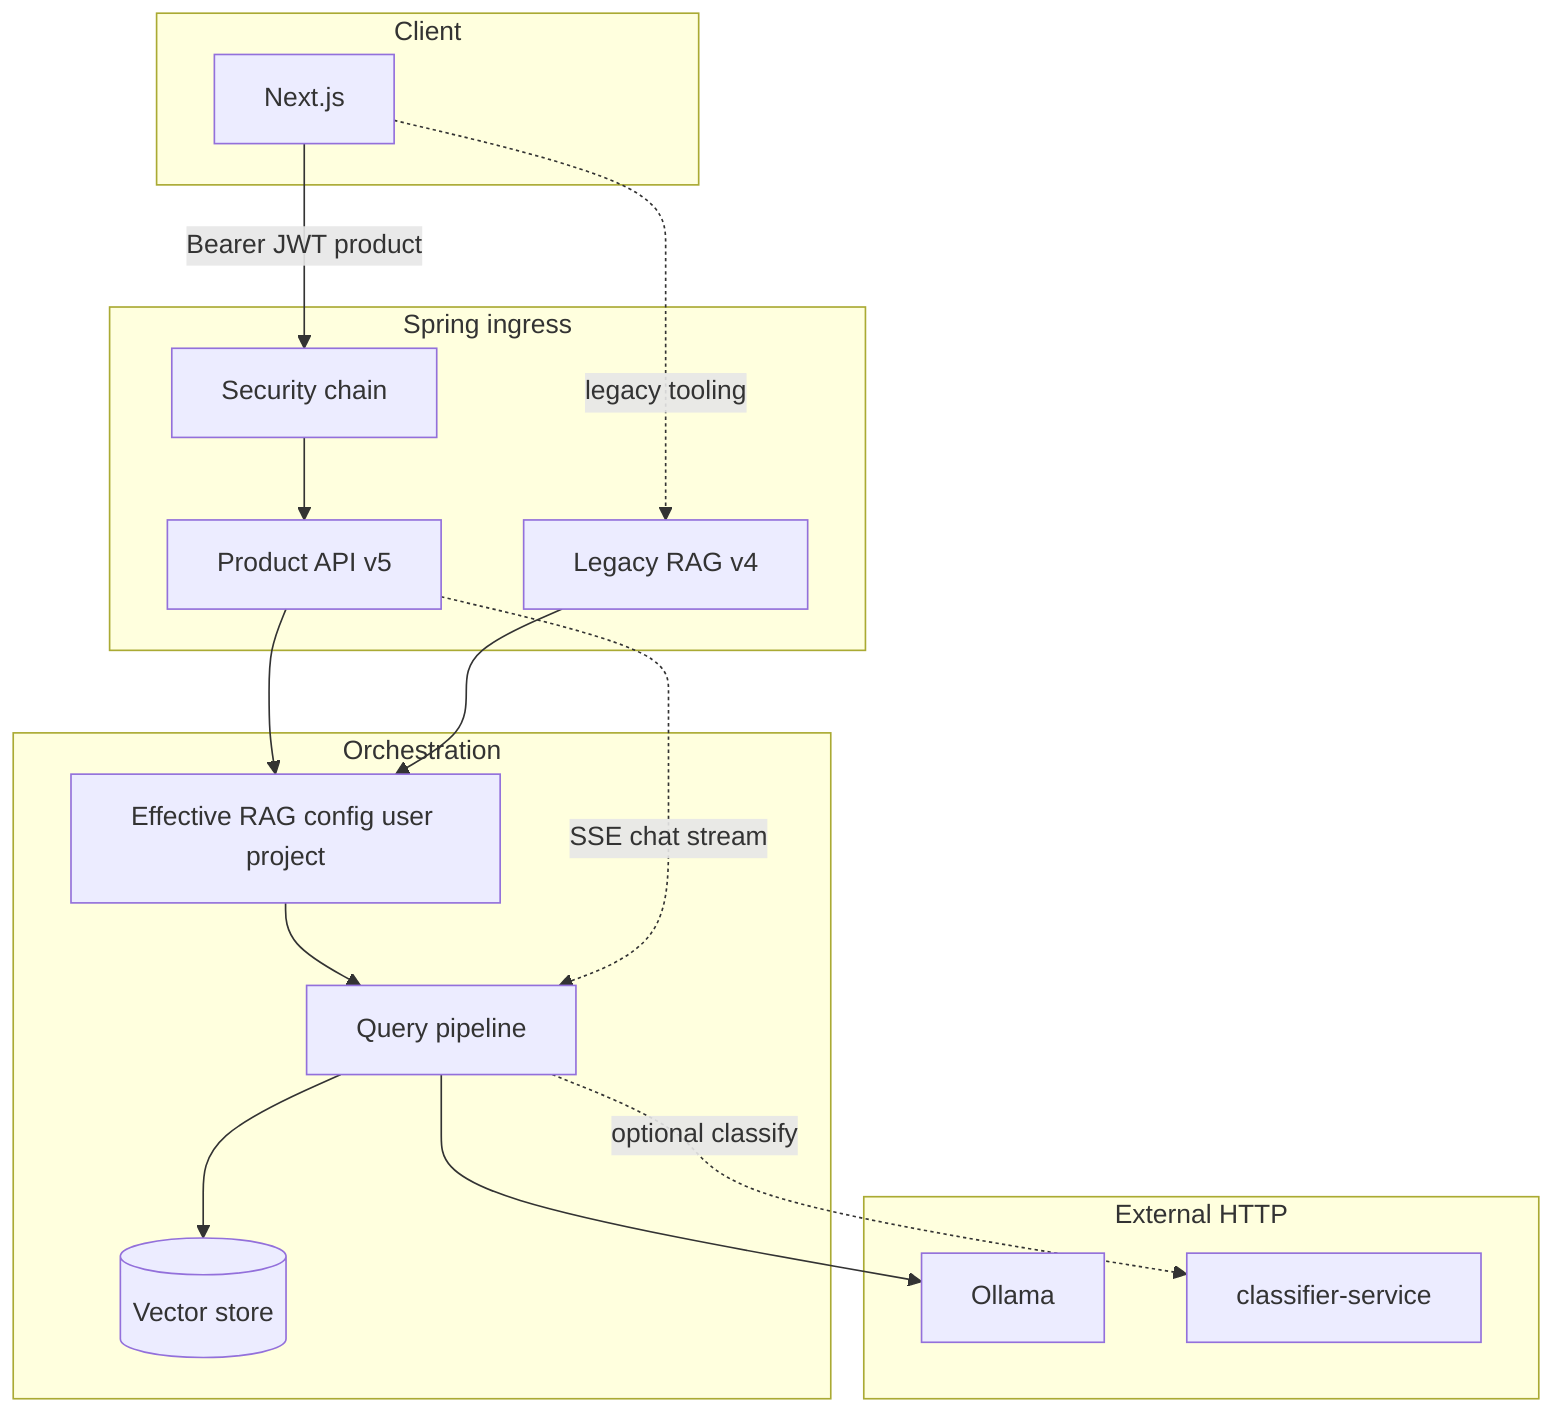
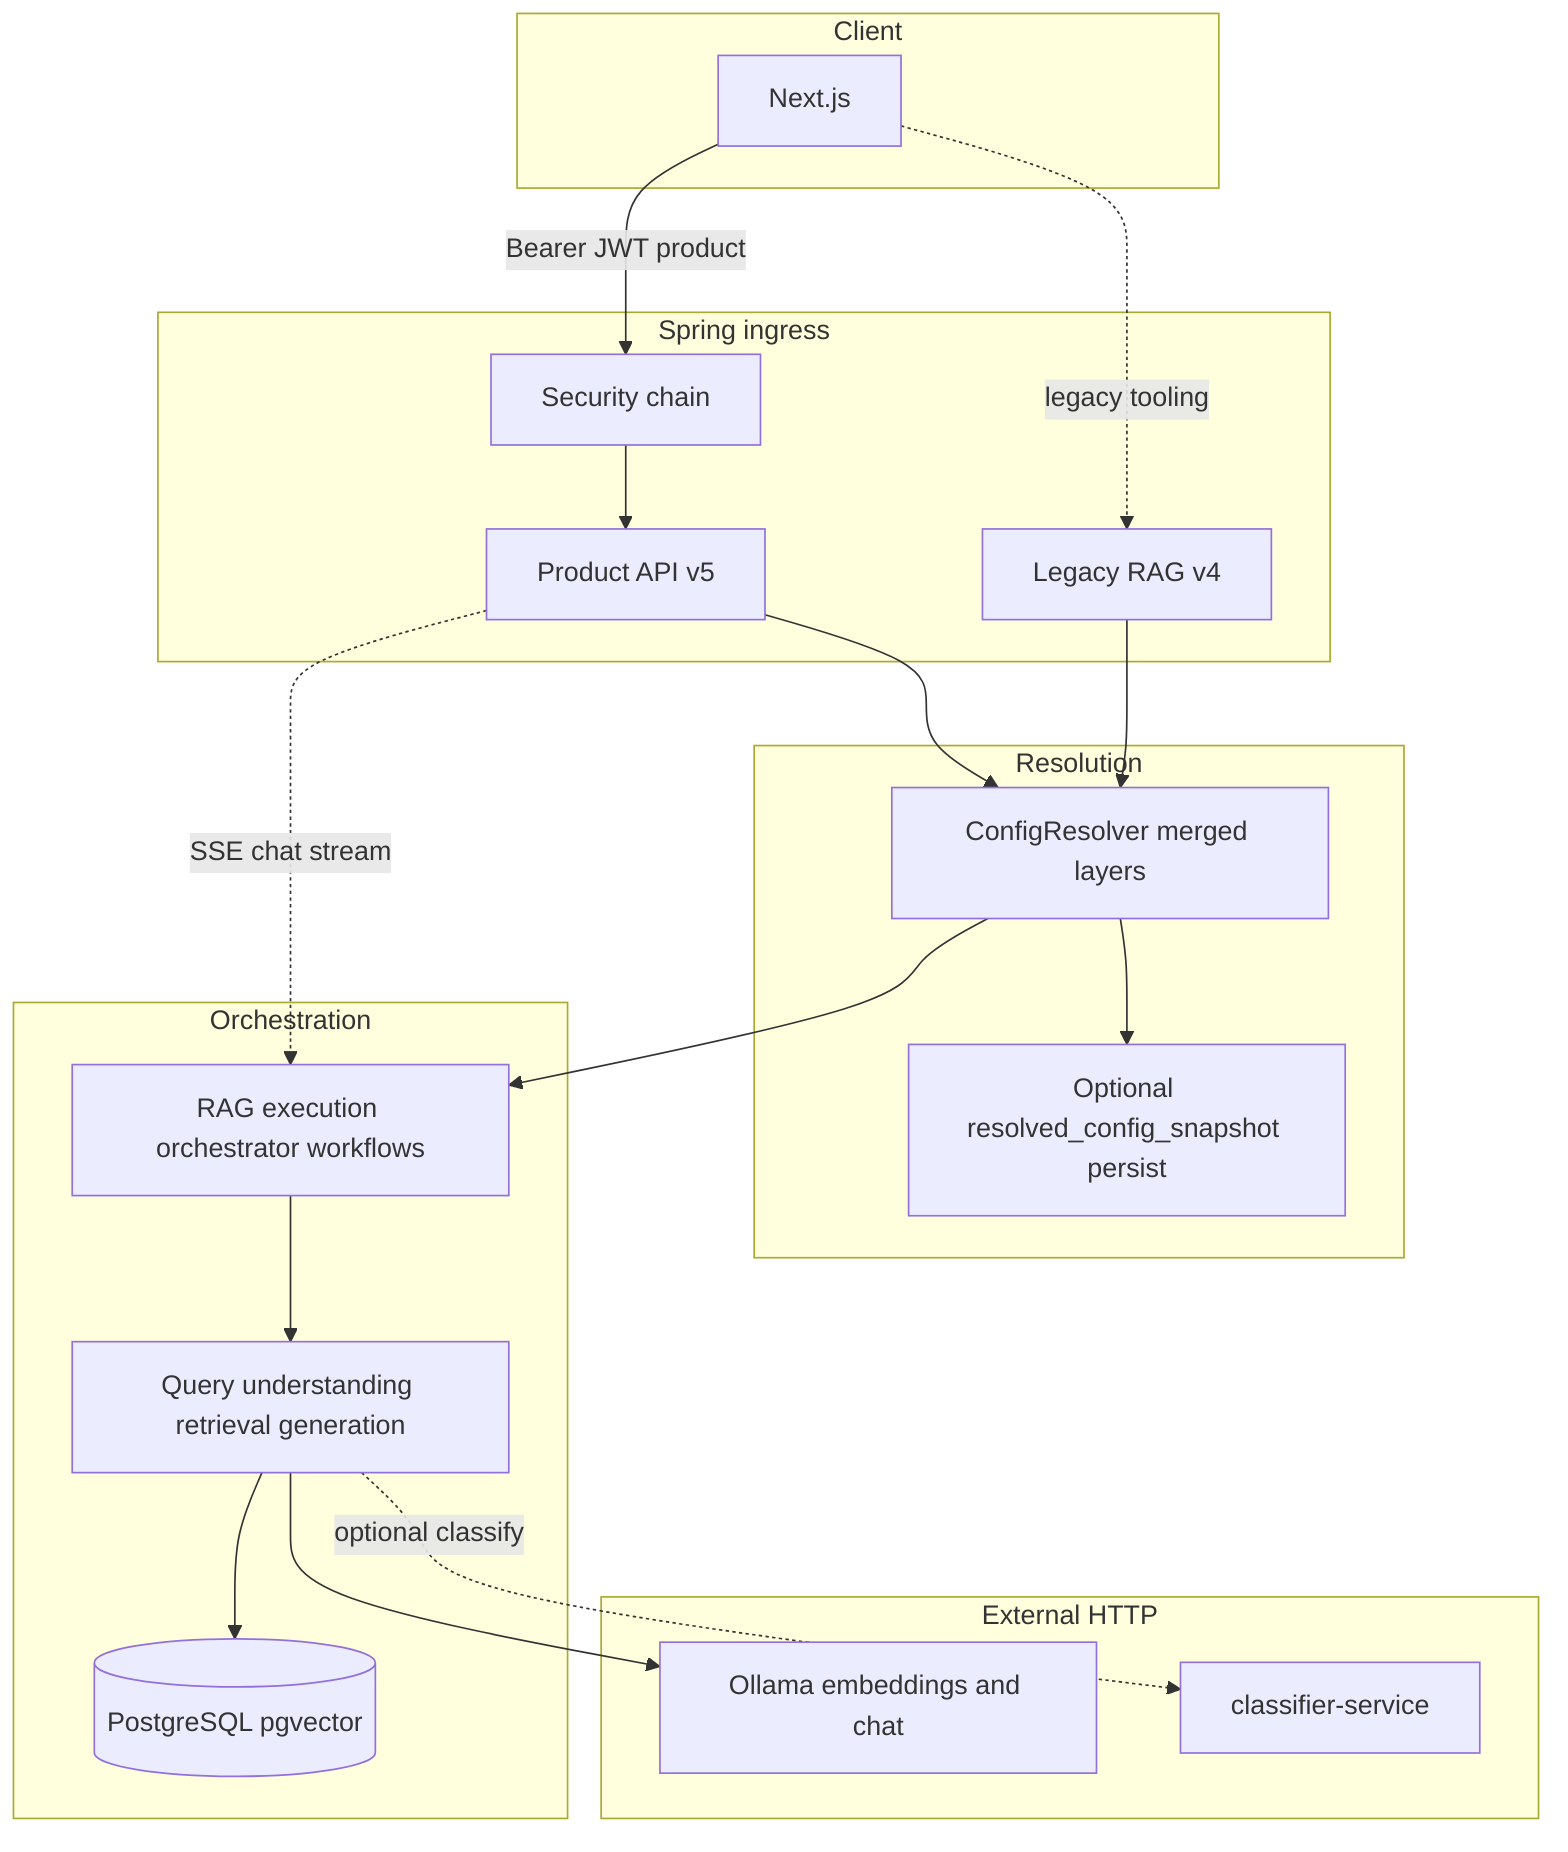
%% RAG and product request paths — Spring internals are indicative
%% API prefixes configurable see rag-service README
flowchart TB
  subgraph client [Client]
    UI[Next.js]
  end

  subgraph ingress [Spring ingress]
    SEC[Security chain]
    V5[Product API v5]
    LEG[Legacy RAG v4]
  end

+   subgraph resolve [Resolution]
+     CFG[ConfigResolver merged layers]
+     SNAP[Optional resolved_config_snapshot persist]
+   end
+ 
  subgraph core [Orchestration]
-     CFG[Effective RAG config user project]
-     PIPE[Query pipeline]
-     STORE[(Vector store)]
+     PIPE[RAG execution orchestrator workflows]
+     QU[Query understanding retrieval generation]
+     STORE[(PostgreSQL pgvector)]
  end

  subgraph external [External HTTP]
-     OLL[Ollama]
+     OLL[Ollama embeddings and chat]
    CLF[classifier-service]
  end

  UI -->|Bearer JWT product| SEC
  SEC --> V5
  UI -.->|legacy tooling| LEG
  V5 --> CFG
  LEG --> CFG
+   CFG --> SNAP
  CFG --> PIPE
-   PIPE --> STORE
-   PIPE --> OLL
-   PIPE -.->|optional classify| CLF
+   PIPE --> QU
+   QU --> STORE
+   QU --> OLL
+   QU -.->|optional classify| CLF
  V5 -.->|SSE chat stream| PIPE
